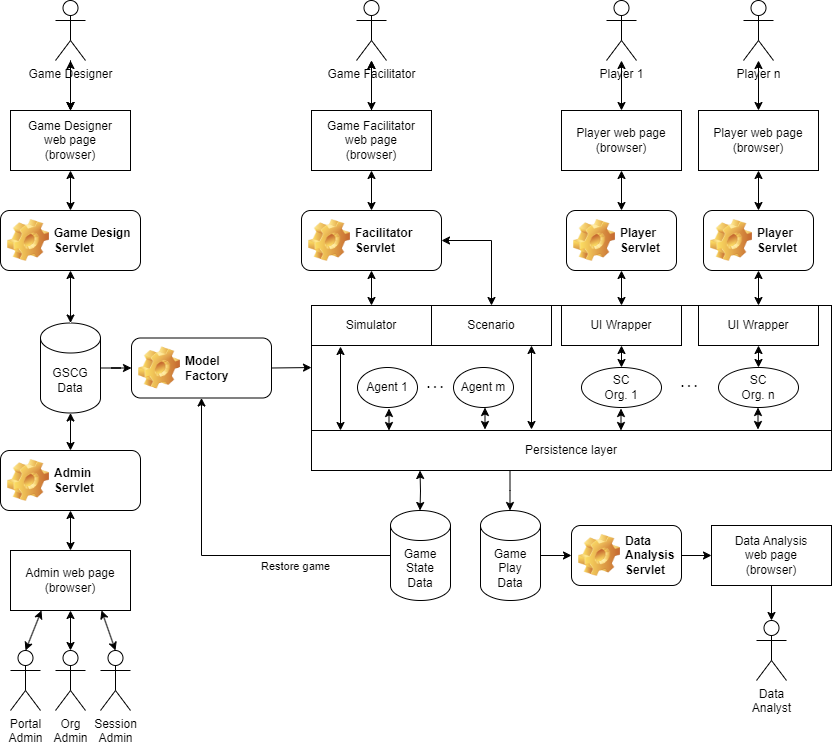
Above: doc/4-architecture/diagrams/gscg-architecture.png in averbraeck/gscg-design (draw.io), before the change. Source tidied: cells renumbered, new cells last; positions are measured from the earlier drawing's top-left corner, leaving out a move shared by most shapes.
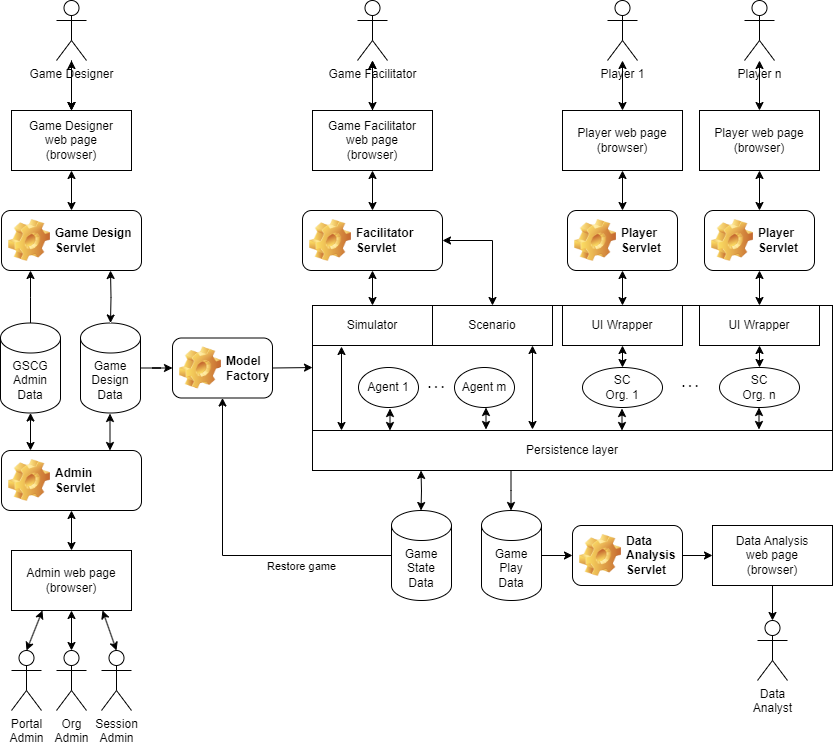
Later version of the same file.

Commit message:
Update to make consistent with database design document

The edit, as a diff of the source:
```diff
@@ -5,8 +5,8 @@
     <mxCell id="2" style="edgeStyle=orthogonalEdgeStyle;rounded=0;jettySize=auto;html=1;" parent="1" edge="1" source="3" target="12">
       <mxGeometry relative="1" as="geometry" />
     </mxCell>
-    <mxCell id="3" value="GSCG&lt;br&gt;Data" style="shape=cylinder3;whiteSpace=wrap;html=1;boundedLbl=1;backgroundOutline=1;size=15;" parent="1" vertex="1">
-      <mxGeometry x="40" y="322.5" width="60" height="90" as="geometry" />
+    <mxCell id="3" value="Game&lt;br&gt;Design&lt;br&gt;Data" style="shape=cylinder3;whiteSpace=wrap;html=1;boundedLbl=1;backgroundOutline=1;size=15;" parent="1" vertex="1">
+      <mxGeometry x="79" y="322.5" width="60" height="90" as="geometry" />
     </mxCell>
     <mxCell id="4" style="edgeStyle=orthogonalEdgeStyle;rounded=0;jettySize=auto;html=1;startArrow=classic;startFill=1;" parent="1" edge="1" source="5" target="11">
       <mxGeometry relative="1" as="geometry" />
@@ -26,14 +26,16 @@
     <mxCell id="9" value="Game Designer" style="shape=umlActor;verticalLabelPosition=bottom;verticalAlign=top;html=1;outlineConnect=0;" parent="1" vertex="1">
       <mxGeometry x="55" width="30" height="60" as="geometry" />
     </mxCell>
-    <mxCell id="10" style="edgeStyle=orthogonalEdgeStyle;rounded=0;jettySize=auto;html=1;startArrow=classic;startFill=1;" parent="1" edge="1" source="11" target="3">
-      <mxGeometry relative="1" as="geometry" />
+    <mxCell id="10" style="edgeStyle=orthogonalEdgeStyle;rounded=0;jettySize=auto;html=1;startArrow=classic;startFill=1;" parent="1" edge="1" target="3">
+      <mxGeometry relative="1" as="geometry">
+        <mxPoint x="109" y="270" as="sourcePoint" />
+      </mxGeometry>
     </mxCell>
     <mxCell id="11" value="Game Design&lt;br&gt;Servlet" style="label;whiteSpace=wrap;html=1;image=img/clipart/Gear_128x128.png;" parent="1" vertex="1">
       <mxGeometry y="210" width="140" height="60" as="geometry" />
     </mxCell>
     <mxCell id="12" value="Model&lt;br&gt;Factory" style="label;whiteSpace=wrap;html=1;image=img/clipart/Gear_128x128.png;" parent="1" vertex="1">
-      <mxGeometry x="131" y="337.5" width="140" height="60" as="geometry" />
+      <mxGeometry x="171" y="337.5" width="100" height="60" as="geometry" />
     </mxCell>
     <mxCell id="13" style="rounded=0;whiteSpace=wrap;html=1;" parent="1" vertex="1">
       <mxGeometry x="311" y="305" width="520" height="165" as="geometry" />
@@ -170,9 +172,6 @@
     <mxCell id="57" value="Org&lt;br&gt;Admin" style="shape=umlActor;verticalLabelPosition=bottom;verticalAlign=top;html=1;outlineConnect=0;" parent="1" vertex="1">
       <mxGeometry x="55" y="650" width="30" height="60" as="geometry" />
     </mxCell>
-    <mxCell id="58" style="edgeStyle=orthogonalEdgeStyle;rounded=0;jettySize=auto;html=1;startArrow=classic;startFill=1;exitX=0.5;exitY=1;exitDx=0;exitDy=0;exitPerimeter=0;entryX=0.5;entryY=0;entryDx=0;entryDy=0;" parent="1" edge="1" source="3" target="55">
-      <mxGeometry relative="1" as="geometry" />
-    </mxCell>
     <mxCell id="59" style="edgeStyle=orthogonalEdgeStyle;rounded=0;jettySize=auto;html=1;startArrow=classic;startFill=1;exitX=0.5;exitY=1;exitDx=0;exitDy=0;" parent="1" edge="1" source="55" target="56">
       <mxGeometry relative="1" as="geometry" />
     </mxCell>
@@ -253,5 +252,24 @@
     <mxCell id="74" value=". . ." style="text;html=1;align=center;verticalAlign=middle;whiteSpace=wrap;rounded=0;fontStyle=1;" parent="1" vertex="1">
       <mxGeometry x="405" y="369" width="60" height="30" as="geometry" />
     </mxCell>
+    <mxCell id="75" style="edgeStyle=orthogonalEdgeStyle;rounded=0;jettySize=auto;html=1;exitX=0.5;exitY=0;exitDx=0;exitDy=0;exitPerimeter=0;" parent="1" edge="1" source="76">
+      <mxGeometry relative="1" as="geometry">
+        <mxPoint x="29" y="270" as="targetPoint" />
+      </mxGeometry>
+    </mxCell>
+    <mxCell id="76" value="GSCG&lt;br&gt;Admin&lt;br&gt;Data" style="shape=cylinder3;whiteSpace=wrap;html=1;boundedLbl=1;backgroundOutline=1;size=15;" parent="1" vertex="1">
+      <mxGeometry x="-1" y="322.5" width="60" height="90" as="geometry" />
+    </mxCell>
+    <mxCell id="77" style="edgeStyle=orthogonalEdgeStyle;rounded=0;jettySize=auto;html=1;startArrow=classic;startFill=1;exitX=0.5;exitY=1;exitDx=0;exitDy=0;exitPerimeter=0;entryX=0.5;entryY=0;entryDx=0;entryDy=0;" parent="1" edge="1" source="76">
+      <mxGeometry relative="1" as="geometry">
+        <mxPoint x="29" y="450" as="targetPoint" />
+      </mxGeometry>
+    </mxCell>
+    <mxCell id="78" style="edgeStyle=orthogonalEdgeStyle;rounded=0;orthogonalLoop=1;jettySize=auto;html=1;startArrow=classic;startFill=1;exitX=0.5;exitY=1;exitDx=0;exitDy=0;exitPerimeter=0;entryX=0.5;entryY=0;entryDx=0;entryDy=0;" parent="1" edge="1">
+      <mxGeometry relative="1" as="geometry">
+        <mxPoint x="108.5" y="413" as="sourcePoint" />
+        <mxPoint x="108.5" y="450" as="targetPoint" />
+      </mxGeometry>
+    </mxCell>
   </root>
 </mxGraphModel>
```
